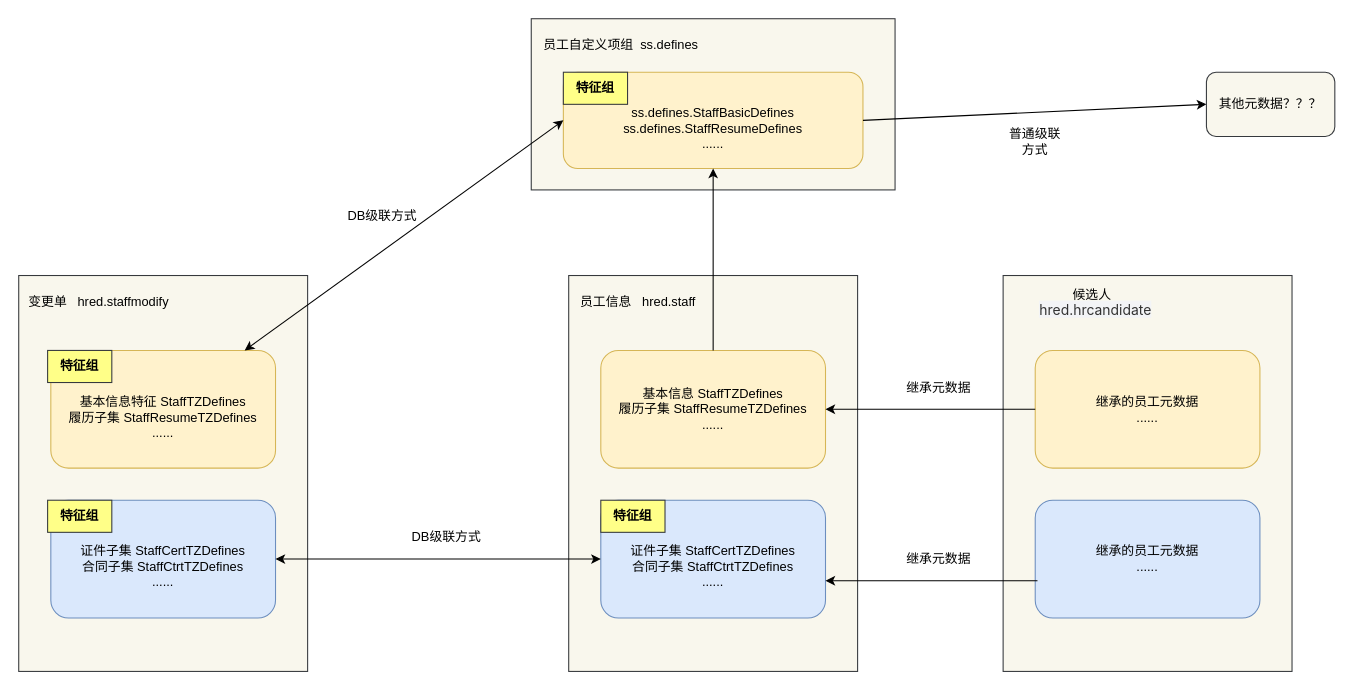
Super-YYQ/drawIo keeps this draw.io diagram as 员工变更单特征级联.drawio. Above is the earlier version. Source tidied: cells renumbered, new cells numbered last; positions are measured from the earlier drawing's top-left corner, leaving out a move shared by most shapes. Both pictures are drawn from the tidied source at 107%, with x=0, y=0 at pixel (18, 18).
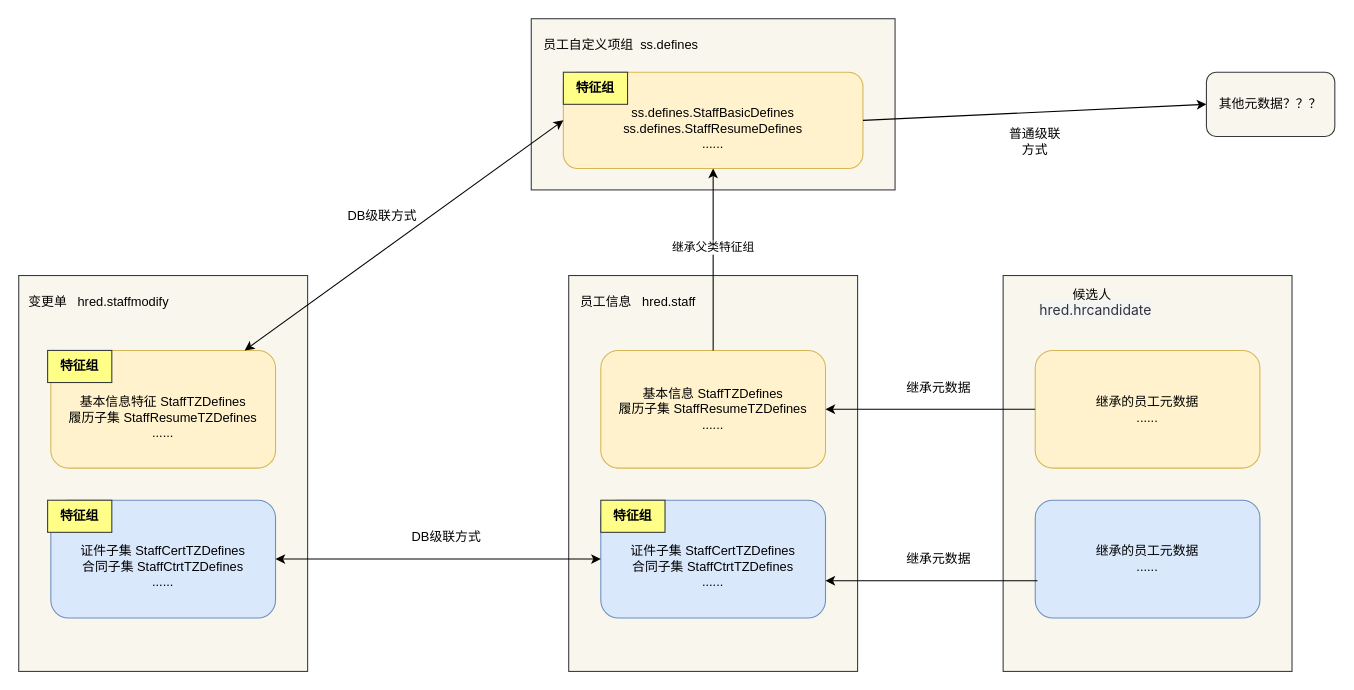
After the change.

Commit message:
更新员工变更单特征级联.drawio

The change refers to these unchanged cells:
```xml
<mxCell id="9" style="endArrow=classic;html=1;rounded=0;entryX=0.5;entryY=1;entryDx=0;entryDy=0;" parent="1" edge="1" source="4" target="7">
  <mxGeometry relative="1" as="geometry" />
</mxCell>
```

Change to the diagram source:
```diff
@@
+    <mxCell id="33" value="继承父类特征组" style="edgeLabel;html=1;align=center;verticalAlign=middle;" parent="9" vertex="1">
+      <mxGeometry x="0.14" y="1" relative="1" as="geometry" />
+    </mxCell>
```
